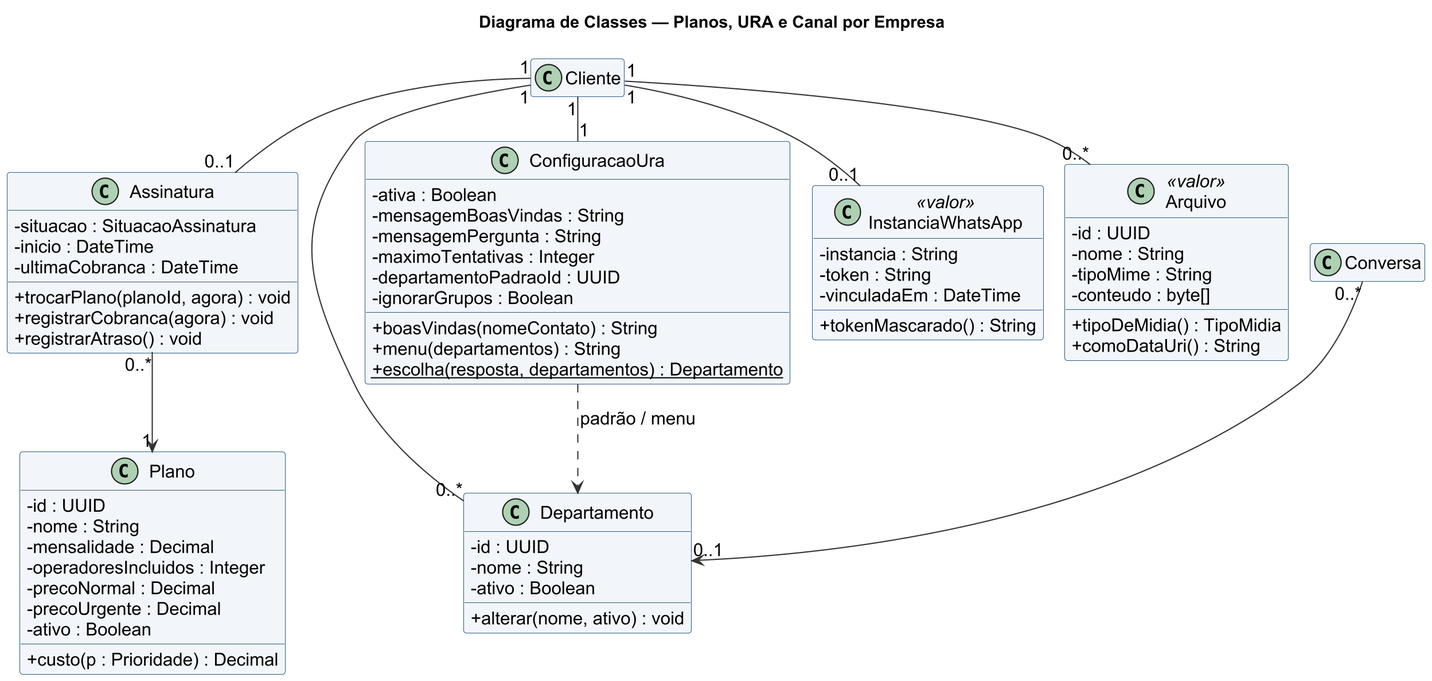
Above: docs/03-diagramas/02c-classes-equipe-planos-ura.png in ryanandrade-beep/ar-chat-backend (PlantUML), before the change. The source it was exported from:
```plantuml
@startuml
skinparamlocked dpi 200
!pragma layout smetana
!include skin.iuml
title Diagrama de Classes — Planos, URA e Canal por Empresa
hide empty members
skinparam classAttributeIconSize 0

class Cliente
class Conversa
class Plano {
  - id : UUID
  - nome : String
  - mensalidade : Decimal
  - operadoresIncluidos : Integer
  - precoNormal : Decimal
  - precoUrgente : Decimal
  - ativo : Boolean
  + custo(p : Prioridade) : Decimal
}
class Assinatura {
  - situacao : SituacaoAssinatura
  - inicio : DateTime
  - ultimaCobranca : DateTime
  + trocarPlano(planoId, agora) : void
  + registrarCobranca(agora) : void
  + registrarAtraso() : void
}
class Departamento {
  - id : UUID
  - nome : String
  - ativo : Boolean
  + alterar(nome, ativo) : void
}
class ConfiguracaoUra {
  - ativa : Boolean
  - mensagemBoasVindas : String
  - mensagemPergunta : String
  - maximoTentativas : Integer
  - departamentoPadraoId : UUID
  - ignorarGrupos : Boolean
  + boasVindas(nomeContato) : String
  + menu(departamentos) : String
  + {static} escolha(resposta, departamentos) : Departamento
}
class InstanciaWhatsApp <<valor>> {
  - instancia : String
  - token : String
  - vinculadaEm : DateTime
  + tokenMascarado() : String
}
class Arquivo <<valor>> {
  - id : UUID
  - nome : String
  - tipoMime : String
  - conteudo : byte[]
  + tipoDeMidia() : TipoMidia
  + comoDataUri() : String
}

Cliente "1" -- "0..1" Assinatura
Assinatura "0..*" --> "1" Plano
Cliente "1" -- "0..*" Departamento
Cliente "1" -- "1" ConfiguracaoUra
ConfiguracaoUra ..> Departamento : padrão / menu
Conversa "0..*" --> "0..1" Departamento
Cliente "1" -- "0..1" InstanciaWhatsApp
Cliente "1" -- "0..*" Arquivo
@enduml
```
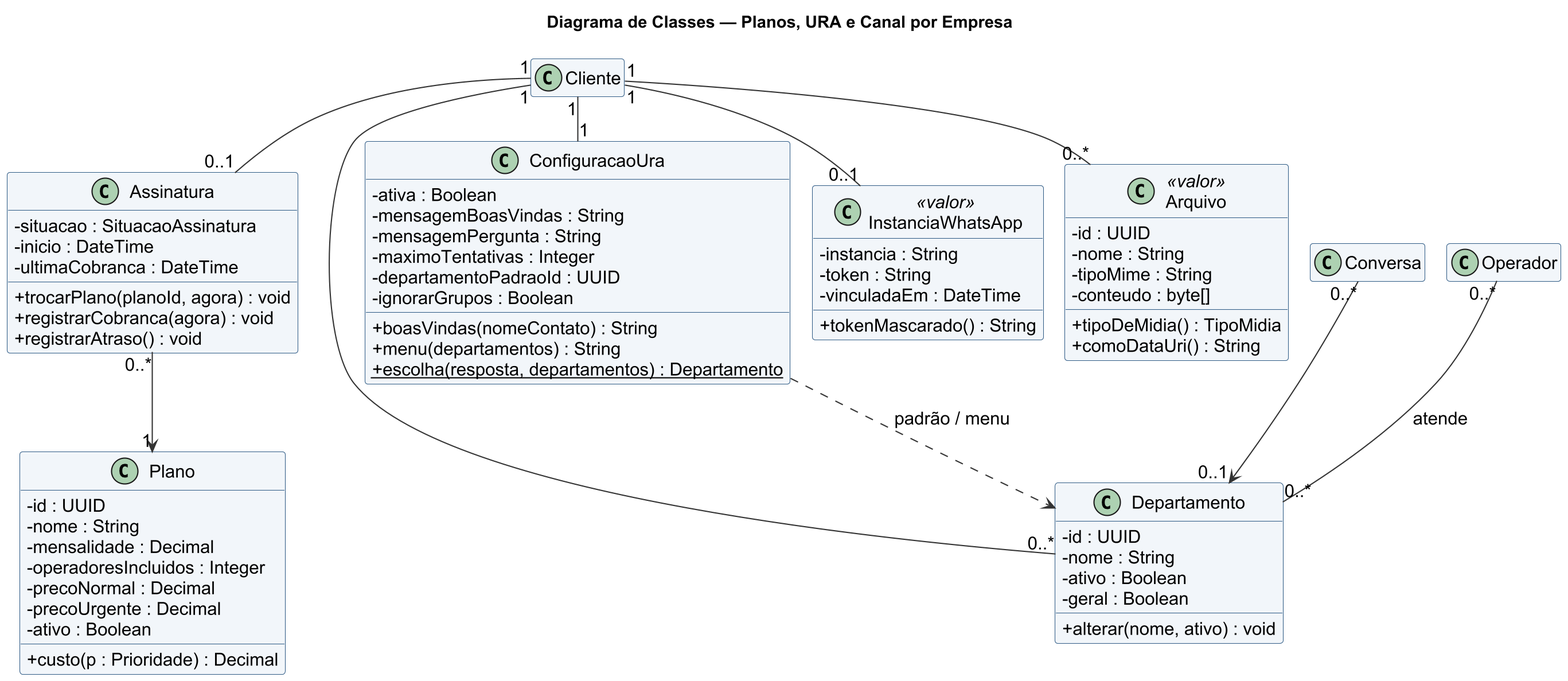
Above is the later version.

Change to the diagram source:
```diff
@@ -8,6 +8,7 @@
 
 class Cliente
 class Conversa
+class Operador
 class Plano {
   - id : UUID
   - nome : String
@@ -30,6 +31,7 @@
   - id : UUID
   - nome : String
   - ativo : Boolean
+  - geral : Boolean
   + alterar(nome, ativo) : void
 }
 class ConfiguracaoUra {
@@ -61,6 +63,7 @@
 Cliente "1" -- "0..1" Assinatura
 Assinatura "0..*" --> "1" Plano
 Cliente "1" -- "0..*" Departamento
+Operador "0..*" -- "0..*" Departamento : atende >
 Cliente "1" -- "1" ConfiguracaoUra
 ConfiguracaoUra ..> Departamento : padrão / menu
 Conversa "0..*" --> "0..1" Departamento
```
